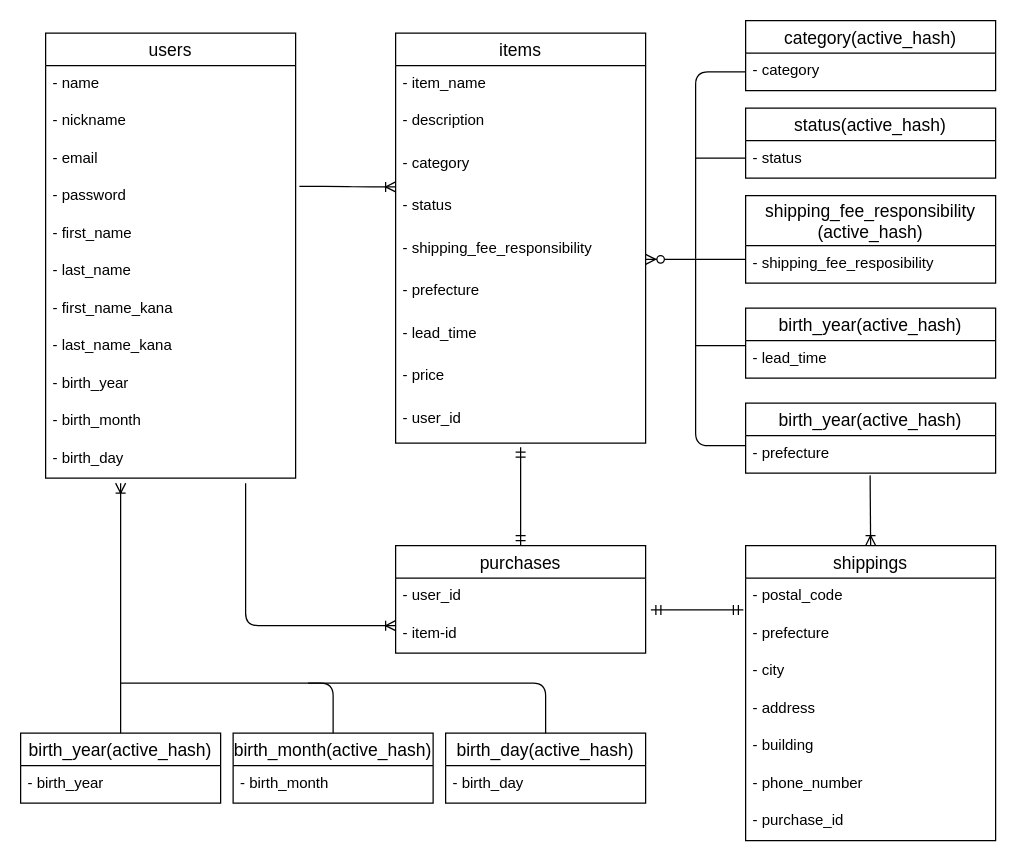
Before: page "ページ1" (1 of 2) of ER.dio in taichikitano/furima-39758, a draw.io diagram. Source tidied: cells renumbered, new cells numbered last; positions are measured from the earlier drawing's top-left corner, leaving out a move shared by most shapes. Both pictures are drawn from the tidied source at 125%, with x=0, y=0 at pixel (20, 20).
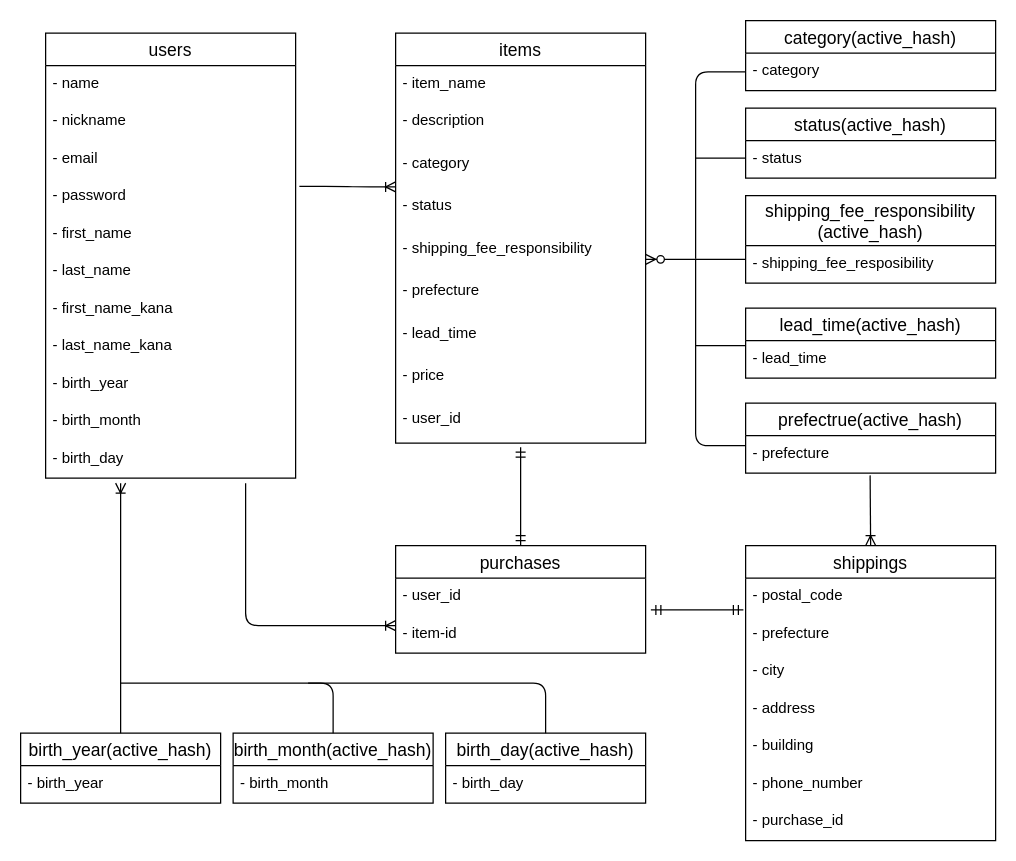
After the change.

The edit, as a diff of the source:
```diff
@@
-    <mxCell id="54" value="birth_year(active_hash)" style="swimlane;fontStyle=0;horizontal=1;startSize=26;align=center;fontSize=14;" parent="1" vertex="1">
+    <mxCell id="54" value="lead_time(active_hash)" style="swimlane;fontStyle=0;horizontal=1;startSize=26;align=center;fontSize=14;" parent="1" vertex="1">
       <mxGeometry x="580" y="230" width="200" height="56" as="geometry" />
     </mxCell>
@@
-    <mxCell id="56" value="birth_year(active_hash)" style="swimlane;fontStyle=0;horizontal=1;startSize=26;align=center;fontSize=14;" parent="1" vertex="1">
+    <mxCell id="56" value="prefectrue(active_hash)" style="swimlane;fontStyle=0;horizontal=1;startSize=26;align=center;fontSize=14;" parent="1" vertex="1">
       <mxGeometry x="580" y="306" width="200" height="56" as="geometry" />
     </mxCell>
```
